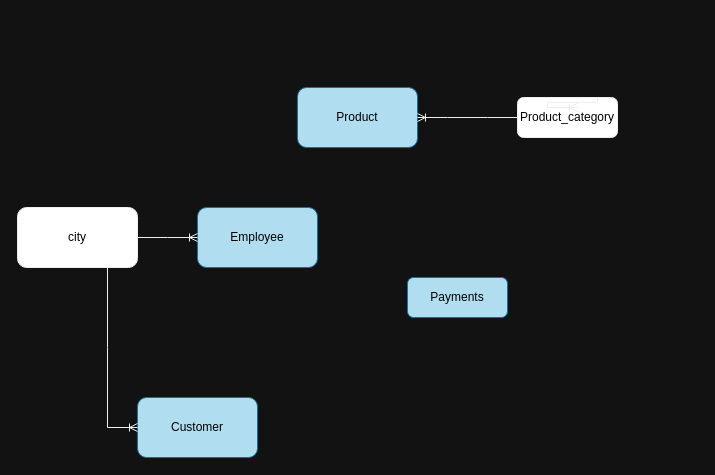
This is Insurance Modelling/Insurance DB modelling.drawio from hrishikesh-2000/Images, a draw.io file, before an edit. Source tidied: cells renumbered, new cells numbered last; positions are measured from the earlier drawing's top-left corner, leaving out a move shared by most shapes. Both pictures are drawn from the tidied source at 100%, with x=0, y=0 at pixel (17, 87).
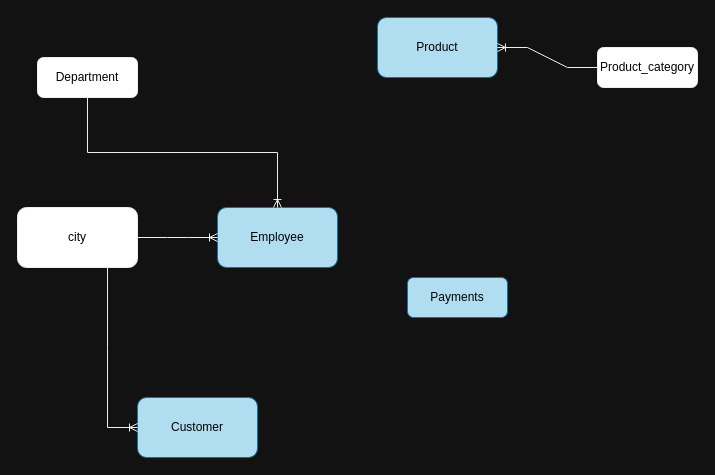
The same diagram, later.

What changed in the source:
```diff
@@
 <mxGraphModel background="#121212">
   <root>
     <mxCell id="0" />
     <mxCell id="1" parent="0" />
     <mxCell id="2" value="Employee" style="rounded=1;whiteSpace=wrap;html=1;glass=0;shadow=0;strokeColor=#10739e;fillColor=#b1ddf0;" parent="1" vertex="1">
-      <mxGeometry x="180" y="120" width="120" height="60" as="geometry" />
+      <mxGeometry x="200" y="120" width="120" height="60" as="geometry" />
     </mxCell>
     <mxCell id="3" value="Product" style="rounded=1;whiteSpace=wrap;html=1;glass=0;shadow=0;strokeColor=#10739e;fillColor=#b1ddf0;" parent="1" vertex="1">
-      <mxGeometry x="280" width="120" height="60" as="geometry" />
+      <mxGeometry x="360" y="-70" width="120" height="60" as="geometry" />
     </mxCell>
     <mxCell id="4" value="Customer" style="rounded=1;whiteSpace=wrap;html=1;glass=0;shadow=0;strokeColor=#10739e;fillColor=#b1ddf0;" parent="1" vertex="1">
       <mxGeometry x="120" y="310" width="120" height="60" as="geometry" />
     </mxCell>
     <mxCell id="5" value="city" style="rounded=1;whiteSpace=wrap;html=1;glass=0;shadow=0;strokeColor=#EDEDED;" parent="1" vertex="1">
       <mxGeometry y="120" width="120" height="60" as="geometry" />
     </mxCell>
     <mxCell id="6" style="edgeStyle=entityRelationEdgeStyle;fontSize=12;html=1;endArrow=ERoneToMany;rounded=0;exitX=1;exitY=0.5;exitDx=0;exitDy=0;strokeColor=#EDEDED;" parent="1" edge="1" source="5" target="2">
       <mxGeometry relative="1" as="geometry" />
     </mxCell>
     <mxCell id="7" style="edgeStyle=entityRelationEdgeStyle;fontSize=12;html=1;endArrow=ERoneToMany;rounded=0;strokeColor=#EDEDED;align=center;verticalAlign=middle;fontFamily=Helvetica;fontColor=default;labelBackgroundColor=default;exitX=0.5;exitY=1;exitDx=0;exitDy=0;entryX=0;entryY=0.5;entryDx=0;entryDy=0;" parent="1" edge="1" source="5" target="4">
       <mxGeometry relative="1" as="geometry" />
     </mxCell>
     <mxCell id="8" value="Product_category" style="whiteSpace=wrap;html=1;align=center;rounded=1;shadow=0;glass=0;strokeColor=#EDEDED;verticalAlign=middle;fontFamily=Helvetica;fontSize=12;fontColor=default;fillColor=default;" parent="1" vertex="1">
-      <mxGeometry x="500" y="10" width="100" height="40" as="geometry" />
+      <mxGeometry x="580" y="-40" width="100" height="40" as="geometry" />
     </mxCell>
-    <mxCell id="9" style="edgeStyle=entityRelationEdgeStyle;shape=connector;rounded=0;orthogonalLoop=1;jettySize=auto;html=1;exitX=0.5;exitY=0;exitDx=0;exitDy=0;entryX=0.6;entryY=0.25;entryDx=0;entryDy=0;entryPerimeter=0;strokeColor=#EDEDED;align=center;verticalAlign=middle;fontFamily=Helvetica;fontSize=12;fontColor=default;labelBackgroundColor=default;endArrow=ERoneToMany;" parent="1" edge="1" source="8" target="8">
-      <mxGeometry relative="1" as="geometry" />
-    </mxCell>
     <mxCell id="10" style="edgeStyle=entityRelationEdgeStyle;fontSize=12;html=1;endArrow=ERoneToMany;rounded=0;strokeColor=#EDEDED;align=center;verticalAlign=middle;fontFamily=Helvetica;fontColor=default;labelBackgroundColor=default;exitX=0;exitY=0.5;exitDx=0;exitDy=0;entryX=1;entryY=0.5;entryDx=0;entryDy=0;" parent="1" edge="1" source="8" target="3">
       <mxGeometry relative="1" as="geometry" />
     </mxCell>
     <mxCell id="11" value="Payments" style="whiteSpace=wrap;html=1;align=center;rounded=1;shadow=0;glass=0;strokeColor=#10739e;verticalAlign=middle;fontFamily=Helvetica;fontSize=12;fillColor=#b1ddf0;" parent="1" vertex="1">
       <mxGeometry x="390" y="190" width="100" height="40" as="geometry" />
     </mxCell>
+    <mxCell id="12" value="Department" style="whiteSpace=wrap;html=1;align=center;rounded=1;shadow=0;glass=0;strokeColor=#EDEDED;verticalAlign=middle;fontFamily=Helvetica;fontSize=12;fontColor=default;fillColor=default;" parent="1" vertex="1">
+      <mxGeometry x="20" y="-30" width="100" height="40" as="geometry" />
+    </mxCell>
+    <mxCell id="13" style="edgeStyle=elbowEdgeStyle;fontSize=12;html=1;endArrow=ERoneToMany;rounded=0;strokeColor=#EDEDED;align=center;verticalAlign=middle;fontFamily=Helvetica;fontColor=default;labelBackgroundColor=default;elbow=vertical;exitX=0.5;exitY=1;exitDx=0;exitDy=0;entryX=0.5;entryY=0;entryDx=0;entryDy=0;" parent="1" edge="1" source="12" target="2">
+      <mxGeometry relative="1" as="geometry" />
+    </mxCell>
   </root>
 </mxGraphModel>
```
